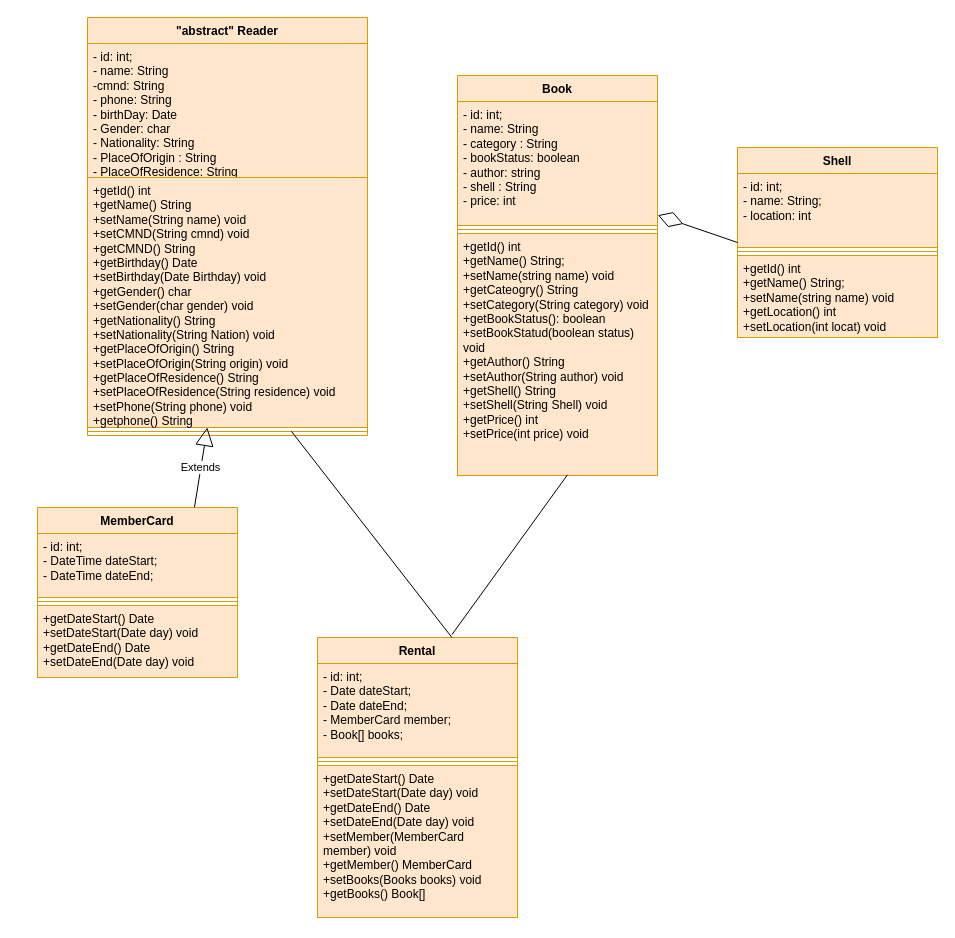
Earlier version of the draw.io diagram BookMan.ConsoleApp/Biểu đồ không có tiêu đề.drawio (sadbrain/week5). Source tidied: cells renumbered, new cells numbered last; positions are measured from the earlier drawing's top-left corner, leaving out a move shared by most shapes. Both pictures are drawn from the tidied source at 100%, with x=0, y=0 at pixel (37, 17).
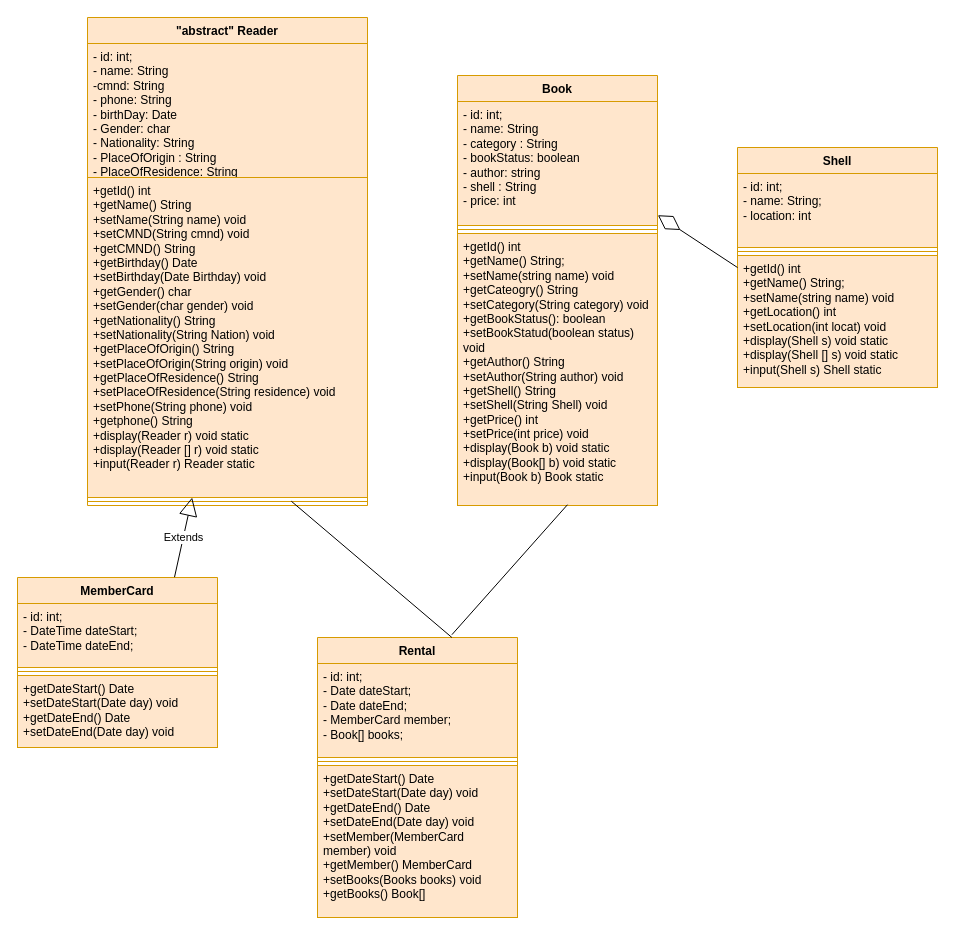
The same page after the edit.

Commit message:
Cập nhật Biểu đồ không có tiêu đề.drawio

Diff of the diagram source:
```diff
@@
     <mxCell id="2" value="&quot;abstract&quot; Reader" style="swimlane;fontStyle=1;align=center;verticalAlign=top;horizontal=1;startSize=26;whiteSpace=wrap;html=1;fillColor=#ffe6cc;strokeColor=#d79b00;" parent="1" vertex="1">
-      <mxGeometry x="50" width="280" height="418" as="geometry" />
+      <mxGeometry x="50" width="280" height="488" as="geometry" />
     </mxCell>
@@
-    <mxCell id="4" value="+getId() int&lt;br&gt;+getName() String&lt;br&gt;+setName(String name) void&lt;br&gt;+setCMND(String cmnd) void&lt;br&gt;+getCMND() String&lt;br&gt;+getBirthday() Date&lt;br&gt;+setBirthday(Date Birthday) void&lt;br&gt;+getGender() char&lt;br&gt;+setGender(char gender) void&lt;br&gt;+getNationality() String&lt;br&gt;+setNationality(String Nation) void&lt;br&gt;+getPlaceOfOrigin() String&lt;br&gt;+setPlaceOfOrigin(String origin) void&lt;br&gt;+getPlaceOfResidence() String&lt;br style=&quot;border-color: var(--border-color);&quot;&gt;+setPlaceOfResidence(String residence) void&lt;br&gt;+setPhone(String phone) void&lt;br&gt;+getphone() String" style="text;strokeColor=#d79b00;fillColor=#ffe6cc;align=left;verticalAlign=top;spacingLeft=4;spacingRight=4;overflow=hidden;points=[[0,0.5],[1,0.5]];portConstraint=eastwest;whiteSpace=wrap;html=1;" parent="2" vertex="1">
-      <mxGeometry y="160" width="280" height="250" as="geometry" />
+    <mxCell id="4" value="+getId() int&lt;br&gt;+getName() String&lt;br&gt;+setName(String name) void&lt;br&gt;+setCMND(String cmnd) void&lt;br&gt;+getCMND() String&lt;br&gt;+getBirthday() Date&lt;br&gt;+setBirthday(Date Birthday) void&lt;br&gt;+getGender() char&lt;br&gt;+setGender(char gender) void&lt;br&gt;+getNationality() String&lt;br&gt;+setNationality(String Nation) void&lt;br&gt;+getPlaceOfOrigin() String&lt;br&gt;+setPlaceOfOrigin(String origin) void&lt;br&gt;+getPlaceOfResidence() String&lt;br style=&quot;border-color: var(--border-color);&quot;&gt;+setPlaceOfResidence(String residence) void&lt;br&gt;+setPhone(String phone) void&lt;br&gt;+getphone() String&lt;br&gt;+display(Reader r) void&amp;nbsp;static&lt;br style=&quot;border-color: var(--border-color);&quot;&gt;+display(Reader&amp;nbsp;[] r) void static&lt;br style=&quot;border-color: var(--border-color);&quot;&gt;+input(Reader&amp;nbsp;r) Reader&amp;nbsp;static" style="text;strokeColor=#d79b00;fillColor=#ffe6cc;align=left;verticalAlign=top;spacingLeft=4;spacingRight=4;overflow=hidden;points=[[0,0.5],[1,0.5]];portConstraint=eastwest;whiteSpace=wrap;html=1;" parent="2" vertex="1">
+      <mxGeometry y="160" width="280" height="320" as="geometry" />
     </mxCell>
     <mxCell id="5" style="line;strokeWidth=1;fillColor=#ffe6cc;align=left;verticalAlign=middle;spacingTop=-1;spacingLeft=3;spacingRight=3;labelPosition=right;points=[];portConstraint=eastwest;strokeColor=#d79b00;" parent="2" vertex="1">
-      <mxGeometry y="410" width="280" height="8" as="geometry" />
+      <mxGeometry y="480" width="280" height="8" as="geometry" />
     </mxCell>
     <mxCell id="6" value="MemberCard" style="swimlane;fontStyle=1;align=center;verticalAlign=top;horizontal=1;startSize=26;whiteSpace=wrap;html=1;fillColor=#ffe6cc;strokeColor=#d79b00;" parent="1" vertex="1">
-      <mxGeometry y="490" width="200" height="170" as="geometry" />
+      <mxGeometry x="-20" y="560" width="200" height="170" as="geometry" />
     </mxCell>
@@
     <mxCell id="14" value="Shell" style="swimlane;fontStyle=1;align=center;verticalAlign=top;horizontal=1;startSize=26;whiteSpace=wrap;html=1;fillColor=#ffe6cc;strokeColor=#d79b00;" parent="1" vertex="1">
-      <mxGeometry x="700" y="130" width="200" height="190" as="geometry" />
+      <mxGeometry x="700" y="130" width="200" height="240" as="geometry" />
     </mxCell>
@@
-    <mxCell id="17" value="+getId() int&lt;br style=&quot;border-color: var(--border-color);&quot;&gt;+getName() String;&lt;br style=&quot;border-color: var(--border-color);&quot;&gt;+setName(string name) void&lt;br style=&quot;border-color: var(--border-color);&quot;&gt;+getLocation() int&lt;br&gt;+setLocation(int locat) void" style="text;strokeColor=#d79b00;fillColor=#ffe6cc;align=left;verticalAlign=top;spacingLeft=4;spacingRight=4;overflow=hidden;whiteSpace=wrap;html=1;" parent="14" vertex="1">
-      <mxGeometry y="108" width="200" height="82" as="geometry" />
+    <mxCell id="17" value="+getId() int&lt;br style=&quot;border-color: var(--border-color);&quot;&gt;+getName() String;&lt;br style=&quot;border-color: var(--border-color);&quot;&gt;+setName(string name) void&lt;br style=&quot;border-color: var(--border-color);&quot;&gt;+getLocation() int&lt;br&gt;+setLocation(int locat) void&lt;br&gt;+display(Shell s) void&amp;nbsp;static&lt;br style=&quot;border-color: var(--border-color);&quot;&gt;+display(Shell [] s) void static&lt;br style=&quot;border-color: var(--border-color);&quot;&gt;+input(Shell&amp;nbsp;s) Shell static" style="text;strokeColor=#d79b00;fillColor=#ffe6cc;align=left;verticalAlign=top;spacingLeft=4;spacingRight=4;overflow=hidden;whiteSpace=wrap;html=1;" parent="14" vertex="1">
+      <mxGeometry y="108" width="200" height="132" as="geometry" />
     </mxCell>
@@
     <mxCell id="19" value="Book" style="swimlane;fontStyle=1;align=center;verticalAlign=top;horizontal=1;startSize=26;whiteSpace=wrap;html=1;fillColor=#ffe6cc;strokeColor=#d79b00;" parent="1" vertex="1">
-      <mxGeometry x="420" y="58" width="200" height="400" as="geometry" />
+      <mxGeometry x="420" y="58" width="200" height="430" as="geometry" />
     </mxCell>
@@
-    <mxCell id="22" value="+getId() int&lt;br&gt;+getName() String;&lt;br&gt;+setName(string name) void&lt;br&gt;+getCateogry() String&lt;br&gt;+setCategory(String category) void&lt;br&gt;+getBookStatus(): boolean&lt;br&gt;+setBookStatud(boolean status) void&lt;br&gt;+getAuthor() String&lt;br&gt;+setAuthor(String author) void&lt;br&gt;+getShell() String&lt;br&gt;+setShell(String Shell) void&lt;br&gt;+getPrice() int&lt;br&gt;+setPrice(int price) void" style="text;strokeColor=#d79b00;fillColor=#ffe6cc;align=left;verticalAlign=top;spacingLeft=4;spacingRight=4;overflow=hidden;points=[[0,0.5],[1,0.5]];portConstraint=eastwest;whiteSpace=wrap;html=1;" parent="19" vertex="1">
-      <mxGeometry y="158" width="200" height="242" as="geometry" />
+    <mxCell id="22" value="+getId() int&lt;br&gt;+getName() String;&lt;br&gt;+setName(string name) void&lt;br&gt;+getCateogry() String&lt;br&gt;+setCategory(String category) void&lt;br&gt;+getBookStatus(): boolean&lt;br&gt;+setBookStatud(boolean status) void&lt;br&gt;+getAuthor() String&lt;br&gt;+setAuthor(String author) void&lt;br&gt;+getShell() String&lt;br&gt;+setShell(String Shell) void&lt;br&gt;+getPrice() int&lt;br&gt;+setPrice(int price) void&lt;br&gt;+display(Book b) void&amp;nbsp;static&lt;br&gt;+display(Book[] b) void static&lt;br&gt;+input(Book b) Book static" style="text;strokeColor=#d79b00;fillColor=#ffe6cc;align=left;verticalAlign=top;spacingLeft=4;spacingRight=4;overflow=hidden;points=[[0,0.5],[1,0.5]];portConstraint=eastwest;whiteSpace=wrap;html=1;" parent="19" vertex="1">
+      <mxGeometry y="158" width="200" height="272" as="geometry" />
     </mxCell>
```
